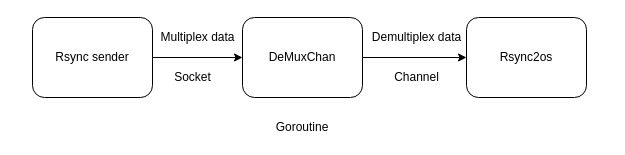
The draw.io diagram docs/demux.drawio in kaiakz/rsync-os, before the edit. Source tidied: cells renumbered, new cells numbered last; positions are measured from the earlier drawing's top-left corner, leaving out a move shared by most shapes. Both pictures are drawn from the tidied source at 100%, with x=0, y=0 at pixel (32, 17).
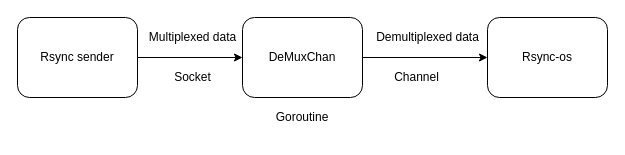
The same page after the edit.

What changed in the source:
```diff
@@
 <mxGraphModel>
   <root>
     <mxCell id="0" />
     <mxCell id="1" parent="0" />
     <mxCell id="2" style="edgeStyle=orthogonalEdgeStyle;rounded=0;jettySize=auto;html=1;" parent="1" edge="1" source="3" target="6">
       <mxGeometry relative="1" as="geometry" />
     </mxCell>
     <mxCell id="3" value="Rsync sender" style="rounded=1;whiteSpace=wrap;html=1;fontSize=12;glass=0;strokeWidth=1;shadow=0;" parent="1" vertex="1">
-      <mxGeometry width="120" height="80" as="geometry" />
+      <mxGeometry x="-15" width="120" height="80" as="geometry" />
     </mxCell>
-    <mxCell id="4" value="Rsync2os" style="rounded=1;whiteSpace=wrap;html=1;fontSize=12;glass=0;strokeWidth=1;shadow=0;" parent="1" vertex="1">
-      <mxGeometry x="434" width="120" height="80" as="geometry" />
+    <mxCell id="4" value="Rsync-os" style="rounded=1;whiteSpace=wrap;html=1;fontSize=12;glass=0;strokeWidth=1;shadow=0;" parent="1" vertex="1">
+      <mxGeometry x="455" width="120" height="80" as="geometry" />
     </mxCell>
     <mxCell id="5" style="edgeStyle=orthogonalEdgeStyle;rounded=0;jettySize=auto;html=1;" parent="1" edge="1" source="6" target="4">
       <mxGeometry relative="1" as="geometry" />
     </mxCell>
     <mxCell id="6" value="DeMuxChan" style="rounded=1;whiteSpace=wrap;html=1;fontSize=12;glass=0;strokeWidth=1;shadow=0;" parent="1" vertex="1">
       <mxGeometry x="210" width="120" height="80" as="geometry" />
     </mxCell>
     <mxCell id="7" value="Goroutine" style="text;html=1;strokeColor=none;fillColor=none;align=center;verticalAlign=middle;whiteSpace=wrap;rounded=0;" parent="1" vertex="1">
-      <mxGeometry x="240" y="100" width="60" height="20" as="geometry" />
+      <mxGeometry x="240" y="90" width="60" height="20" as="geometry" />
     </mxCell>
     <mxCell id="8" value="Socket" style="text;html=1;align=center;verticalAlign=middle;" parent="1" vertex="1">
       <mxGeometry x="135" y="50" width="50" height="20" as="geometry" />
     </mxCell>
     <mxCell id="9" value="Channel" style="text;html=1;align=center;verticalAlign=middle;" parent="1" vertex="1">
       <mxGeometry x="354" y="50" width="60" height="20" as="geometry" />
     </mxCell>
-    <mxCell id="10" value="Multiplex data" style="text;html=1;align=center;verticalAlign=middle;" parent="1" vertex="1">
-      <mxGeometry x="120" y="10" width="90" height="20" as="geometry" />
+    <mxCell id="10" value="Multiplexed data" style="text;html=1;align=center;verticalAlign=middle;" parent="1" vertex="1">
+      <mxGeometry x="110" y="10" width="100" height="20" as="geometry" />
     </mxCell>
-    <mxCell id="11" value="Demultiplex data" style="text;html=1;align=center;verticalAlign=middle;" parent="1" vertex="1">
-      <mxGeometry x="334" y="10" width="100" height="20" as="geometry" />
+    <mxCell id="11" value="Demultiplexed data" style="text;html=1;align=center;verticalAlign=middle;" parent="1" vertex="1">
+      <mxGeometry x="335" y="10" width="120" height="20" as="geometry" />
     </mxCell>
   </root>
 </mxGraphModel>
```
